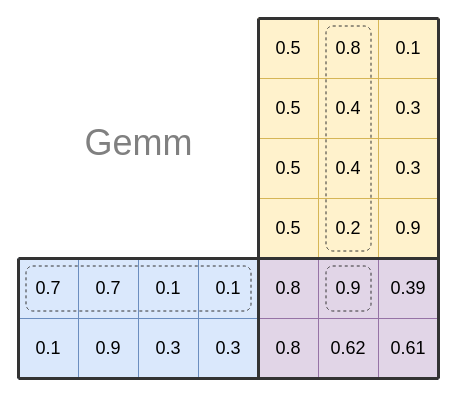
Before: content/posts/vdb-s1e1-distance-to-matmul/gemm01.drawio in matrixji/jibin.net, a draw.io diagram. Source tidied: cells renumbered, new cells numbered last; positions are measured from the earlier drawing's top-left corner, leaving out a move shared by most shapes. Both pictures are drawn from the tidied source at 100%, with x=0, y=0 at pixel (18, 18).
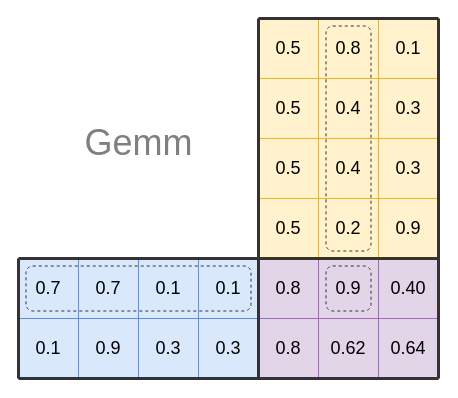
Above is the later version.

The change refers to these unchanged cells:
```xml
<mxCell id="2" style="group;fontSize=18;" parent="1" vertex="1">
  <mxGeometry width="420" height="360" as="geometry" />
</mxCell>
```

The edit, as a diff of the source:
```diff
@@
-    <mxCell id="26" value="0.39" style="whiteSpace=wrap;html=1;fontSize=18;strokeColor=#9673a6;fillColor=#e1d5e7;" parent="2" vertex="1">
+    <mxCell id="26" value="0.40" style="whiteSpace=wrap;html=1;fontSize=18;strokeColor=#9673a6;fillColor=#e1d5e7;" parent="2" vertex="1">
       <mxGeometry x="360" y="240" width="60" height="60" as="geometry" />
     </mxCell>
@@
-    <mxCell id="29" value="0.61" style="whiteSpace=wrap;html=1;fontSize=18;strokeColor=#9673a6;fillColor=#e1d5e7;" parent="2" vertex="1">
+    <mxCell id="29" value="0.64" style="whiteSpace=wrap;html=1;fontSize=18;strokeColor=#9673a6;fillColor=#e1d5e7;" parent="2" vertex="1">
       <mxGeometry x="360" y="300" width="60" height="60" as="geometry" />
     </mxCell>
```
